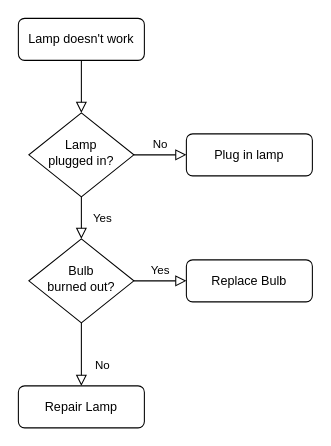
Before: Diagrama sin título.drawio in EliasUsuario/DiagramasDrawIo, a draw.io diagram. Source tidied: cells renumbered, new cells numbered last; positions are measured from the earlier drawing's top-left corner, leaving out a move shared by most shapes. Both pictures are drawn from the tidied source at 105%, with x=0, y=0 at pixel (18, 18).
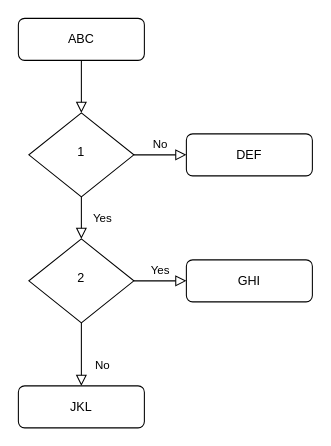
The same page after the edit.

Commit message:
Actualizar Diagrama de prueba.drawio

What changed in the source:
```diff
@@
 <mxGraphModel>
   <root>
     <mxCell id="0" />
     <mxCell id="1" parent="0" />
     <mxCell id="2" style="rounded=0;html=1;jettySize=auto;fontSize=11;endArrow=block;endFill=0;endSize=8;strokeWidth=1;shadow=0;labelBackgroundColor=none;edgeStyle=orthogonalEdgeStyle;" parent="1" edge="1" source="3" target="6">
       <mxGeometry relative="1" as="geometry" />
     </mxCell>
-    <mxCell id="3" value="Lamp doesn't work" style="rounded=1;whiteSpace=wrap;html=1;fontSize=12;glass=0;strokeWidth=1;shadow=0;" parent="1" vertex="1">
+    <mxCell id="3" value="ABC" style="rounded=1;whiteSpace=wrap;html=1;fontSize=12;glass=0;strokeWidth=1;shadow=0;" parent="1" vertex="1">
       <mxGeometry width="120" height="40" as="geometry" />
     </mxCell>
     <mxCell id="4" value="Yes" style="rounded=0;html=1;jettySize=auto;fontSize=11;endArrow=block;endFill=0;endSize=8;strokeWidth=1;shadow=0;labelBackgroundColor=none;edgeStyle=orthogonalEdgeStyle;" parent="1" edge="1" source="6" target="10">
       <mxGeometry y="20" relative="1" as="geometry" />
     </mxCell>
     <mxCell id="5" value="No" style="edgeStyle=orthogonalEdgeStyle;rounded=0;html=1;jettySize=auto;fontSize=11;endArrow=block;endFill=0;endSize=8;strokeWidth=1;shadow=0;labelBackgroundColor=none;" parent="1" edge="1" source="6" target="7">
       <mxGeometry y="10" relative="1" as="geometry" />
     </mxCell>
-    <mxCell id="6" value="Lamp&lt;br&gt;plugged in?" style="rhombus;whiteSpace=wrap;html=1;shadow=0;fontFamily=Helvetica;fontSize=12;align=center;strokeWidth=1;spacing=6;spacingTop=-4;" parent="1" vertex="1">
+    <mxCell id="6" value="1" style="rhombus;whiteSpace=wrap;html=1;shadow=0;fontFamily=Helvetica;fontSize=12;align=center;strokeWidth=1;spacing=6;spacingTop=-4;" parent="1" vertex="1">
       <mxGeometry x="10" y="90" width="100" height="80" as="geometry" />
     </mxCell>
-    <mxCell id="7" value="Plug in lamp" style="rounded=1;whiteSpace=wrap;html=1;fontSize=12;glass=0;strokeWidth=1;shadow=0;" parent="1" vertex="1">
+    <mxCell id="7" value="DEF" style="rounded=1;whiteSpace=wrap;html=1;fontSize=12;glass=0;strokeWidth=1;shadow=0;" parent="1" vertex="1">
       <mxGeometry x="160" y="110" width="120" height="40" as="geometry" />
     </mxCell>
     <mxCell id="8" value="No" style="rounded=0;html=1;jettySize=auto;fontSize=11;endArrow=block;endFill=0;endSize=8;strokeWidth=1;shadow=0;labelBackgroundColor=none;edgeStyle=orthogonalEdgeStyle;" parent="1" edge="1" source="10" target="11">
       <mxGeometry x="0.33" y="20" relative="1" as="geometry" />
     </mxCell>
     <mxCell id="9" value="Yes" style="edgeStyle=orthogonalEdgeStyle;rounded=0;html=1;jettySize=auto;fontSize=11;endArrow=block;endFill=0;endSize=8;strokeWidth=1;shadow=0;labelBackgroundColor=none;" parent="1" edge="1" source="10" target="12">
       <mxGeometry y="10" relative="1" as="geometry" />
     </mxCell>
-    <mxCell id="10" value="Bulb&lt;br&gt;burned out?" style="rhombus;whiteSpace=wrap;html=1;shadow=0;fontFamily=Helvetica;fontSize=12;align=center;strokeWidth=1;spacing=6;spacingTop=-4;" parent="1" vertex="1">
+    <mxCell id="10" value="2" style="rhombus;whiteSpace=wrap;html=1;shadow=0;fontFamily=Helvetica;fontSize=12;align=center;strokeWidth=1;spacing=6;spacingTop=-4;" parent="1" vertex="1">
       <mxGeometry x="10" y="210" width="100" height="80" as="geometry" />
     </mxCell>
-    <mxCell id="11" value="Repair Lamp" style="rounded=1;whiteSpace=wrap;html=1;fontSize=12;glass=0;strokeWidth=1;shadow=0;" parent="1" vertex="1">
+    <mxCell id="11" value="JKL" style="rounded=1;whiteSpace=wrap;html=1;fontSize=12;glass=0;strokeWidth=1;shadow=0;" parent="1" vertex="1">
       <mxGeometry y="350" width="120" height="40" as="geometry" />
     </mxCell>
-    <mxCell id="12" value="Replace Bulb" style="rounded=1;whiteSpace=wrap;html=1;fontSize=12;glass=0;strokeWidth=1;shadow=0;" parent="1" vertex="1">
+    <mxCell id="12" value="GHI" style="rounded=1;whiteSpace=wrap;html=1;fontSize=12;glass=0;strokeWidth=1;shadow=0;" parent="1" vertex="1">
       <mxGeometry x="160" y="230" width="120" height="40" as="geometry" />
     </mxCell>
   </root>
 </mxGraphModel>
```
